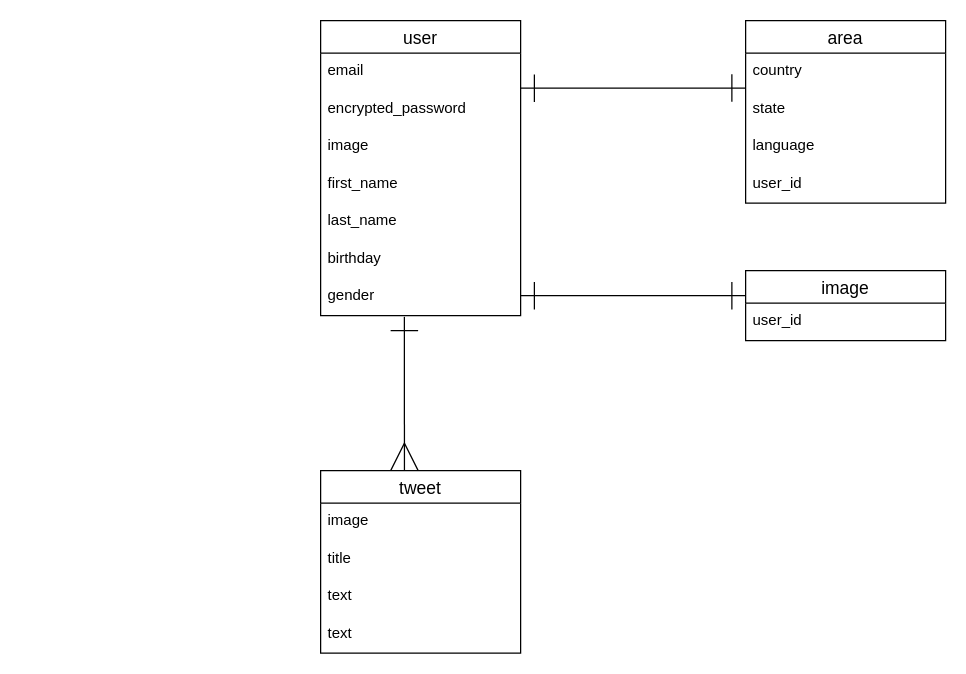
oramubon/trip_app keeps this draw.io diagram as trip.dio. Above is the earlier version. Source tidied: cells renumbered, new cells numbered last; positions are measured from the earlier drawing's top-left corner, leaving out a move shared by most shapes. Both pictures are drawn from the tidied source at 125%, with x=0, y=0 at pixel (320, 20).
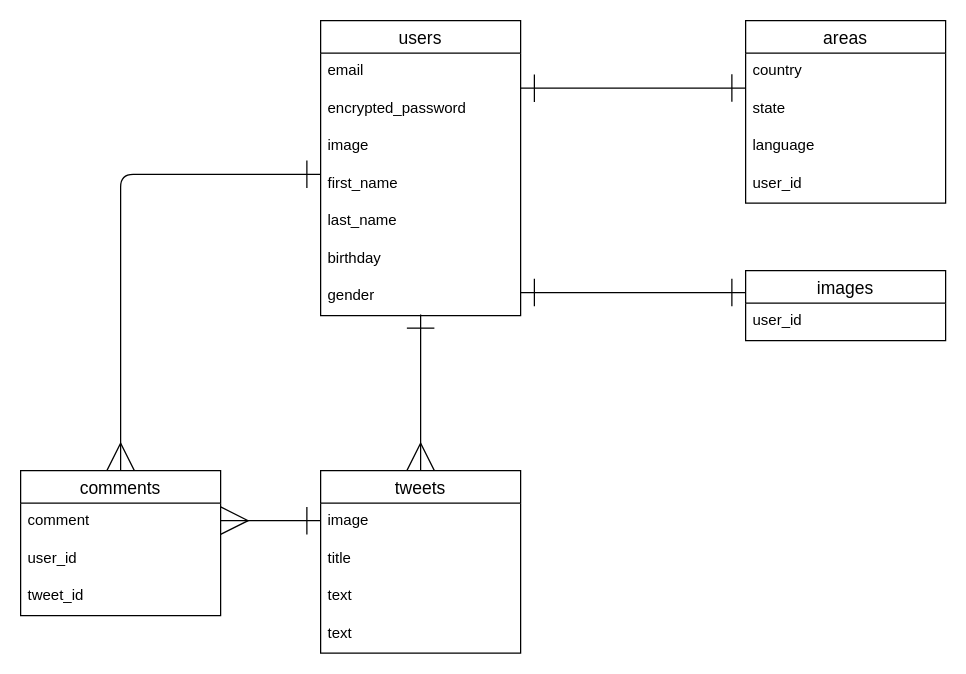
The same page after the edit.

Commit message (it also covers changes not shown here):
コメントテーブルの設計

The change refers to these unchanged cells:
```xml
<mxCell id="6" value="first_name" style="text;strokeColor=none;fillColor=none;spacingLeft=4;spacingRight=4;overflow=hidden;points=[[0,0.5],[1,0.5]];portConstraint=eastwest;fontSize=12;" parent="2" vertex="1">
  <mxGeometry y="116" width="160" height="30" as="geometry" />
</mxCell>
<mxCell id="9" value="gender" style="text;strokeColor=none;fillColor=none;spacingLeft=4;spacingRight=4;overflow=hidden;points=[[0,0.5],[1,0.5]];portConstraint=eastwest;fontSize=12;" parent="2" vertex="1">
  <mxGeometry y="206" width="160" height="30" as="geometry" />
</mxCell>
```

What changed in the source:
```diff
@@
-    <mxCell id="2" value="user" style="swimlane;fontStyle=0;horizontal=1;startSize=26;align=center;fontSize=14;" parent="1" vertex="1">
+    <mxCell id="2" value="users" style="swimlane;fontStyle=0;horizontal=1;startSize=26;align=center;fontSize=14;" parent="1" vertex="1">
       <mxGeometry width="160" height="236" as="geometry" />
     </mxCell>
@@
-    <mxCell id="10" value="area" style="swimlane;fontStyle=0;horizontal=1;startSize=26;align=center;fontSize=14;" parent="1" vertex="1">
+    <mxCell id="10" value="areas" style="swimlane;fontStyle=0;horizontal=1;startSize=26;align=center;fontSize=14;" parent="1" vertex="1">
       <mxGeometry x="340" width="160" height="146" as="geometry" />
     </mxCell>
@@
-    <mxCell id="16" value="tweet" style="swimlane;fontStyle=0;horizontal=1;startSize=26;align=center;fontSize=14;" parent="1" vertex="1">
+    <mxCell id="16" value="tweets" style="swimlane;fontStyle=0;horizontal=1;startSize=26;align=center;fontSize=14;" parent="1" vertex="1">
       <mxGeometry y="360" width="160" height="146" as="geometry" />
     </mxCell>
@@
-    <mxCell id="21" style="endArrow=ERmany;html=1;rounded=0;entryX=0.419;entryY=0;entryDx=0;entryDy=0;entryPerimeter=0;endSize=20;startSize=20;startArrow=ERone;startFill=0;endFill=0;" parent="1" edge="1" target="16">
-      <mxGeometry relative="1" as="geometry">
-        <mxPoint x="67" y="237" as="sourcePoint" />
-      </mxGeometry>
+    <mxCell id="21" style="endArrow=ERmany;html=1;rounded=0;entryX=0.5;entryY=0;entryDx=0;entryDy=0;endSize=20;startSize=20;startArrow=ERone;startFill=0;endFill=0;exitX=0.5;exitY=0.967;exitDx=0;exitDy=0;exitPerimeter=0;" parent="1" edge="1" source="9" target="16">
+      <mxGeometry relative="1" as="geometry" />
     </mxCell>
-    <mxCell id="22" value="image" style="swimlane;fontStyle=0;horizontal=1;startSize=26;align=center;fontSize=14;" parent="1" vertex="1">
+    <mxCell id="22" value="images" style="swimlane;fontStyle=0;horizontal=1;startSize=26;align=center;fontSize=14;" parent="1" vertex="1">
       <mxGeometry x="340" y="200" width="160" height="56" as="geometry" />
     </mxCell>
@@
     <mxCell id="24" style="endArrow=ERone;html=1;rounded=0;entryX=0;entryY=-0.067;entryDx=0;entryDy=0;entryPerimeter=0;startArrow=ERone;startFill=0;endFill=0;endSize=20;startSize=20;" parent="1" edge="1">
       <mxGeometry relative="1" as="geometry">
-        <mxPoint x="160" y="220" as="sourcePoint" />
-        <mxPoint x="340" y="220" as="targetPoint" />
+        <mxPoint x="160" y="217.5" as="sourcePoint" />
+        <mxPoint x="340" y="217.5" as="targetPoint" />
       </mxGeometry>
     </mxCell>
+    <mxCell id="25" value="comments" style="swimlane;fontStyle=0;horizontal=1;startSize=26;align=center;fontSize=14;" parent="1" vertex="1">
+      <mxGeometry x="-240" y="360" width="160" height="116" as="geometry" />
+    </mxCell>
+    <mxCell id="26" value="comment" style="text;strokeColor=none;fillColor=none;spacingLeft=4;spacingRight=4;overflow=hidden;fontSize=12;" parent="25" vertex="1">
+      <mxGeometry y="26" width="160" height="30" as="geometry" />
+    </mxCell>
+    <mxCell id="27" value="user_id" style="text;strokeColor=none;fillColor=none;spacingLeft=4;spacingRight=4;overflow=hidden;fontSize=12;" parent="25" vertex="1">
+      <mxGeometry y="56" width="160" height="30" as="geometry" />
+    </mxCell>
+    <mxCell id="28" value="tweet_id" style="text;strokeColor=none;fillColor=none;spacingLeft=4;spacingRight=4;overflow=hidden;fontSize=12;" parent="25" vertex="1">
+      <mxGeometry y="86" width="160" height="30" as="geometry" />
+    </mxCell>
+    <mxCell id="29" style="endArrow=ERone;html=1;rounded=0;startArrow=ERmany;startFill=0;endFill=0;endSize=20;startSize=20;" parent="1" edge="1">
+      <mxGeometry relative="1" as="geometry">
+        <mxPoint x="-80" y="400" as="sourcePoint" />
+        <mxPoint y="400" as="targetPoint" />
+      </mxGeometry>
+    </mxCell>
+    <mxCell id="30" style="fontSize=12;html=1;endArrow=ERone;startArrow=ERmany;exitX=0.5;exitY=0;exitDx=0;exitDy=0;entryX=0;entryY=0.233;entryDx=0;entryDy=0;entryPerimeter=0;endFill=0;endSize=20;startSize=20;" parent="1" edge="1" source="25" target="6">
+      <mxGeometry relative="1" as="geometry">
+        <Array as="points">
+          <mxPoint x="-160" y="123" />
+        </Array>
+      </mxGeometry>
+    </mxCell>
```
